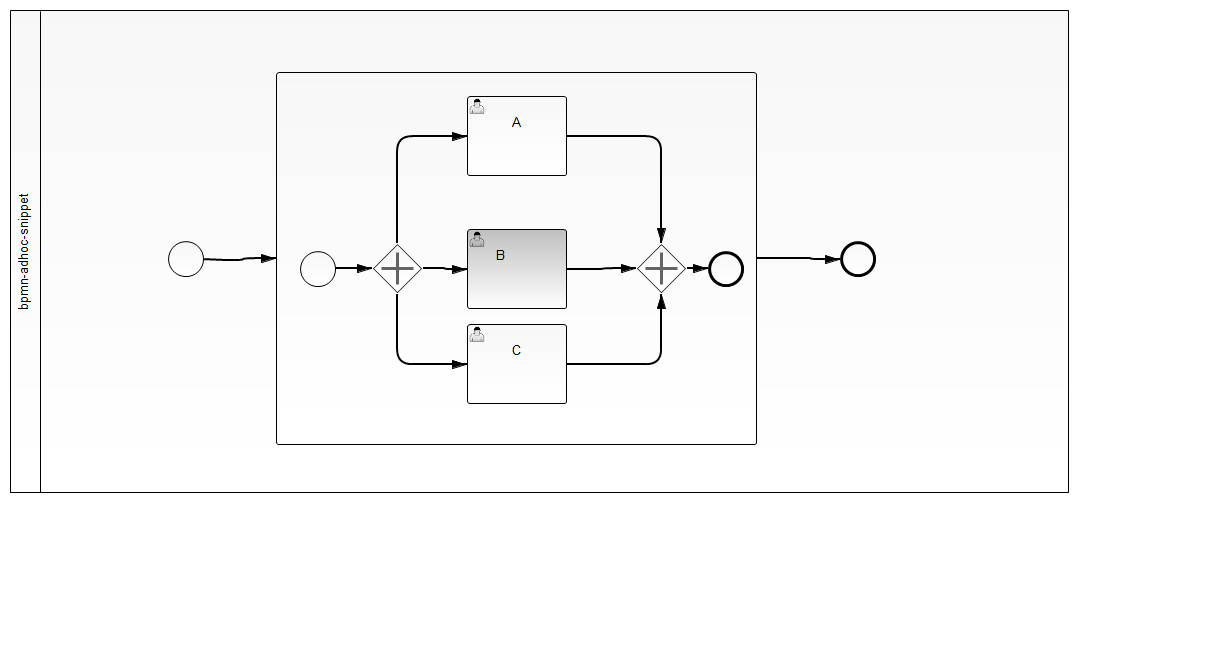
This is snippets/bpmn-adhoc-task/src/main/resources/process.png from camunda-consulting/camunda-7-code-examples, a BPMN export, as it was before one commit. Its source is kept beside it as snippets/bpmn-adhoc-task/src/main/resources/process.bpmn. Ids are renumbered.
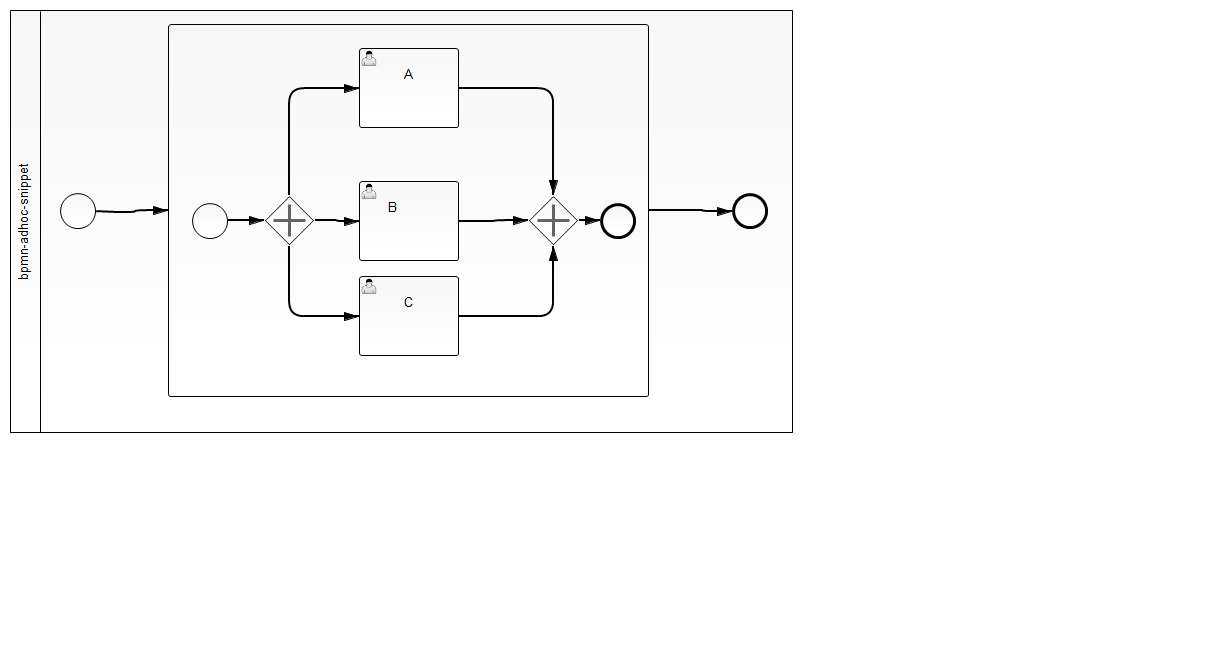
The same diagram one commit later.

Diff of the diagram source:
```diff
@@ -44,8 +44,8 @@
       <bpmn2:sequenceFlow id="SequenceFlow_9" name="" sourceRef="UserTaskC" targetRef="ParallelGateway_2"/>
       <bpmn2:parallelGateway id="ParallelGateway_2">
         <bpmn2:incoming>SequenceFlow_7</bpmn2:incoming>
+        <bpmn2:incoming>SequenceFlow_9</bpmn2:incoming>
         <bpmn2:incoming>SequenceFlow_8</bpmn2:incoming>
-        <bpmn2:incoming>SequenceFlow_9</bpmn2:incoming>
         <bpmn2:outgoing>SequenceFlow_10</bpmn2:outgoing>
       </bpmn2:parallelGateway>
       <bpmn2:sequenceFlow id="SequenceFlow_10" name="" sourceRef="ParallelGateway_2" targetRef="EndEvent_2"/>
@@ -66,136 +66,139 @@
   <bpmndi:BPMNDiagram id="BPMNDiagram_1" name="Default Collaboration Diagram">
     <bpmndi:BPMNPlane id="BPMNPlane_1" bpmnElement="Collaboration_1">
       <bpmndi:BPMNShape id="BPMNShape_1" bpmnElement="Process_Engine" isHorizontal="true">
-        <dc:Bounds height="483.0" width="1059.0" x="10.0" y="10.0"/>
+        <dc:Bounds height="423.0" width="783.0" x="10.0" y="10.0"/>
       </bpmndi:BPMNShape>
       <bpmndi:BPMNShape id="BPMNShape_StartEvent_1" bpmnElement="StartEvent_1">
-        <dc:Bounds height="36.0" width="36.0" x="168.0" y="241.0"/>
+        <dc:Bounds height="36.0" width="36.0" x="60.0" y="193.0"/>
         <bpmndi:BPMNLabel>
-          <dc:Bounds height="0.0" width="0.0" x="189.0" y="279.0"/>
+          <dc:Bounds height="0.0" width="0.0" x="81.0" y="231.0"/>
         </bpmndi:BPMNLabel>
       </bpmndi:BPMNShape>
       <bpmndi:BPMNShape id="BPMNShape_EndEvent_1" bpmnElement="EndEvent_1">
-        <dc:Bounds height="36.0" width="36.0" x="840.0" y="241.0"/>
+        <dc:Bounds height="36.0" width="36.0" x="732.0" y="193.0"/>
         <bpmndi:BPMNLabel>
-          <dc:Bounds height="0.0" width="0.0" x="861.0" y="279.0"/>
+          <dc:Bounds height="0.0" width="0.0" x="753.0" y="231.0"/>
         </bpmndi:BPMNLabel>
       </bpmndi:BPMNShape>
       <bpmndi:BPMNEdge id="BPMNEdge_SequenceFlow_1" bpmnElement="SequenceFlow_1" sourceElement="BPMNShape_StartEvent_1" targetElement="_BPMNShape_SubProcess_2">
-        <di:waypoint xsi:type="dc:Point" x="204.0" y="259.0"/>
-        <di:waypoint xsi:type="dc:Point" x="243.0" y="260.0"/>
-        <di:waypoint xsi:type="dc:Point" x="243.0" y="258.0"/>
-        <di:waypoint xsi:type="dc:Point" x="276.0" y="258.0"/>
+        <di:waypoint xsi:type="dc:Point" x="96.0" y="211.0"/>
+        <di:waypoint xsi:type="dc:Point" x="135.0" y="212.0"/>
+        <di:waypoint xsi:type="dc:Point" x="135.0" y="210.0"/>
+        <di:waypoint xsi:type="dc:Point" x="168.0" y="210.0"/>
         <bpmndi:BPMNLabel>
-          <dc:Bounds height="0.0" width="0.0" x="229.0" y="260.0"/>
+          <dc:Bounds height="0.0" width="0.0" x="121.0" y="212.0"/>
         </bpmndi:BPMNLabel>
       </bpmndi:BPMNEdge>
       <bpmndi:BPMNShape id="_BPMNShape_UserTask_2" bpmnElement="UserTaskA">
-        <dc:Bounds height="80.0" width="100.0" x="467.0" y="96.0"/>
+        <dc:Bounds height="80.0" width="100.0" x="359.0" y="48.0"/>
       </bpmndi:BPMNShape>
       <bpmndi:BPMNShape id="_BPMNShape_UserTask_3" bpmnElement="UserTaskC">
-        <dc:Bounds height="80.0" width="100.0" x="467.0" y="324.0"/>
+        <dc:Bounds height="80.0" width="100.0" x="359.0" y="276.0"/>
       </bpmndi:BPMNShape>
       <bpmndi:BPMNShape id="_BPMNShape_UserTask_4" bpmnElement="UserTaskB">
-        <dc:Bounds height="80.0" width="100.0" x="467.0" y="229.0"/>
+        <dc:Bounds height="80.0" width="100.0" x="359.0" y="181.0"/>
       </bpmndi:BPMNShape>
       <bpmndi:BPMNShape id="_BPMNShape_SubProcess_2" bpmnElement="SubProcess_1" isExpanded="true">
-        <dc:Bounds height="373.0" width="481.0" x="276.0" y="72.0"/>
+        <dc:Bounds height="373.0" width="481.0" x="168.0" y="24.0"/>
       </bpmndi:BPMNShape>
       <bpmndi:BPMNEdge id="BPMNEdge_SequenceFlow_3" bpmnElement="SequenceFlow_3" sourceElement="_BPMNShape_SubProcess_2" targetElement="BPMNShape_EndEvent_1">
-        <di:waypoint xsi:type="dc:Point" x="756.0" y="258.0"/>
-        <di:waypoint xsi:type="dc:Point" x="810.0" y="258.0"/>
-        <di:waypoint xsi:type="dc:Point" x="810.0" y="259.0"/>
-        <di:waypoint xsi:type="dc:Point" x="840.0" y="259.0"/>
+        <di:waypoint xsi:type="dc:Point" x="648.0" y="210.0"/>
+        <di:waypoint xsi:type="dc:Point" x="702.0" y="210.0"/>
+        <di:waypoint xsi:type="dc:Point" x="702.0" y="211.0"/>
+        <di:waypoint xsi:type="dc:Point" x="732.0" y="211.0"/>
         <bpmndi:BPMNLabel>
-          <dc:Bounds height="6.0" width="6.0" x="774.0" y="258.0"/>
+          <dc:Bounds height="6.0" width="6.0" x="666.0" y="179.0"/>
         </bpmndi:BPMNLabel>
       </bpmndi:BPMNEdge>
       <bpmndi:BPMNShape id="_BPMNShape_StartEvent_2" bpmnElement="StartEvent_2">
-        <dc:Bounds height="36.0" width="36.0" x="300.0" y="251.0"/>
+        <dc:Bounds height="36.0" width="36.0" x="192.0" y="203.0"/>
         <bpmndi:BPMNLabel>
-          <dc:Bounds height="0.0" width="0.0" x="318.0" y="292.0"/>
+          <dc:Bounds height="0.0" width="0.0" x="210.0" y="244.0"/>
         </bpmndi:BPMNLabel>
       </bpmndi:BPMNShape>
       <bpmndi:BPMNShape id="_BPMNShape_ParallelGateway_2" bpmnElement="ParallelGateway_1">
-        <dc:Bounds height="50.0" width="50.0" x="372.0" y="243.0"/>
+        <dc:Bounds height="50.0" width="50.0" x="264.0" y="195.0"/>
         <bpmndi:BPMNLabel>
-          <dc:Bounds height="0.0" width="0.0" x="397.0" y="298.0"/>
+          <dc:Bounds height="0.0" width="0.0" x="289.0" y="250.0"/>
         </bpmndi:BPMNLabel>
       </bpmndi:BPMNShape>
       <bpmndi:BPMNEdge id="BPMNEdge_SequenceFlow_2" bpmnElement="SequenceFlow_2" sourceElement="_BPMNShape_StartEvent_2" targetElement="_BPMNShape_ParallelGateway_2">
-        <di:waypoint xsi:type="dc:Point" x="336.0" y="269.0"/>
-        <di:waypoint xsi:type="dc:Point" x="372.0" y="268.0"/>
+        <di:waypoint xsi:type="dc:Point" x="228.0" y="221.0"/>
+        <di:waypoint xsi:type="dc:Point" x="264.0" y="220.0"/>
         <bpmndi:BPMNLabel>
-          <dc:Bounds height="6.0" width="6.0" x="362.0" y="268.0"/>
+          <dc:Bounds height="6.0" width="6.0" x="254.0" y="220.0"/>
         </bpmndi:BPMNLabel>
       </bpmndi:BPMNEdge>
       <bpmndi:BPMNEdge id="BPMNEdge_SequenceFlow_4" bpmnElement="SequenceFlow_4" sourceElement="_BPMNShape_ParallelGateway_2" targetElement="_BPMNShape_UserTask_3">
-        <di:waypoint xsi:type="dc:Point" x="397.0" y="293.0"/>
-        <di:waypoint xsi:type="dc:Point" x="397.0" y="364.0"/>
-        <di:waypoint xsi:type="dc:Point" x="444.0" y="364.0"/>
-        <di:waypoint xsi:type="dc:Point" x="467.0" y="364.0"/>
+        <di:waypoint xsi:type="dc:Point" x="289.0" y="245.0"/>
+        <di:waypoint xsi:type="dc:Point" x="289.0" y="316.0"/>
+        <di:waypoint xsi:type="dc:Point" x="336.0" y="316.0"/>
+        <di:waypoint xsi:type="dc:Point" x="359.0" y="316.0"/>
         <bpmndi:BPMNLabel>
-          <dc:Bounds height="6.0" width="6.0" x="394.0" y="346.0"/>
+          <dc:Bounds height="6.0" width="6.0" x="286.0" y="298.0"/>
         </bpmndi:BPMNLabel>
       </bpmndi:BPMNEdge>
       <bpmndi:BPMNEdge id="BPMNEdge_SequenceFlow_5" bpmnElement="SequenceFlow_5" sourceElement="_BPMNShape_ParallelGateway_2" targetElement="_BPMNShape_UserTask_4">
-        <di:waypoint xsi:type="dc:Point" x="422.0" y="268.0"/>
-        <di:waypoint xsi:type="dc:Point" x="444.0" y="268.0"/>
-        <di:waypoint xsi:type="dc:Point" x="444.0" y="269.0"/>
-        <di:waypoint xsi:type="dc:Point" x="467.0" y="269.0"/>
+        <di:waypoint xsi:type="dc:Point" x="314.0" y="220.0"/>
+        <di:waypoint xsi:type="dc:Point" x="336.0" y="220.0"/>
+        <di:waypoint xsi:type="dc:Point" x="336.0" y="221.0"/>
+        <di:waypoint xsi:type="dc:Point" x="359.0" y="221.0"/>
         <bpmndi:BPMNLabel>
-          <dc:Bounds height="6.0" width="6.0" x="458.0" y="269.0"/>
+          <dc:Bounds height="6.0" width="6.0" x="350.0" y="221.0"/>
         </bpmndi:BPMNLabel>
       </bpmndi:BPMNEdge>
       <bpmndi:BPMNEdge id="BPMNEdge_SequenceFlow_6" bpmnElement="SequenceFlow_6" sourceElement="_BPMNShape_ParallelGateway_2" targetElement="_BPMNShape_UserTask_2">
-        <di:waypoint xsi:type="dc:Point" x="397.0" y="243.0"/>
-        <di:waypoint xsi:type="dc:Point" x="397.0" y="136.0"/>
-        <di:waypoint xsi:type="dc:Point" x="467.0" y="136.0"/>
+        <di:waypoint xsi:type="dc:Point" x="289.0" y="195.0"/>
+        <di:waypoint xsi:type="dc:Point" x="289.0" y="88.0"/>
+        <di:waypoint xsi:type="dc:Point" x="359.0" y="88.0"/>
+        <bpmndi:BPMNLabel>
+          <dc:Bounds height="6.0" width="6.0" x="286.0" y="107.0"/>
+        </bpmndi:BPMNLabel>
       </bpmndi:BPMNEdge>
       <bpmndi:BPMNShape id="_BPMNShape_ParallelGateway_3" bpmnElement="ParallelGateway_2">
-        <dc:Bounds height="50.0" width="50.0" x="636.0" y="243.0"/>
+        <dc:Bounds height="50.0" width="50.0" x="528.0" y="195.0"/>
         <bpmndi:BPMNLabel>
-          <dc:Bounds height="0.0" width="0.0" x="661.0" y="298.0"/>
+          <dc:Bounds height="0.0" width="0.0" x="553.0" y="250.0"/>
         </bpmndi:BPMNLabel>
       </bpmndi:BPMNShape>
       <bpmndi:BPMNEdge id="BPMNEdge_SequenceFlow_7" bpmnElement="SequenceFlow_7" sourceElement="_BPMNShape_UserTask_2" targetElement="_BPMNShape_ParallelGateway_3">
-        <di:waypoint xsi:type="dc:Point" x="567.0" y="136.0"/>
-        <di:waypoint xsi:type="dc:Point" x="601.0" y="136.0"/>
-        <di:waypoint xsi:type="dc:Point" x="661.0" y="136.0"/>
-        <di:waypoint xsi:type="dc:Point" x="661.0" y="243.0"/>
+        <di:waypoint xsi:type="dc:Point" x="459.0" y="88.0"/>
+        <di:waypoint xsi:type="dc:Point" x="493.0" y="88.0"/>
+        <di:waypoint xsi:type="dc:Point" x="553.0" y="88.0"/>
+        <di:waypoint xsi:type="dc:Point" x="553.0" y="195.0"/>
         <bpmndi:BPMNLabel>
-          <dc:Bounds height="6.0" width="6.0" x="589.0" y="136.0"/>
+          <dc:Bounds height="6.0" width="6.0" x="481.0" y="88.0"/>
         </bpmndi:BPMNLabel>
       </bpmndi:BPMNEdge>
       <bpmndi:BPMNEdge id="BPMNEdge_SequenceFlow_8" bpmnElement="SequenceFlow_8" sourceElement="_BPMNShape_UserTask_4" targetElement="_BPMNShape_ParallelGateway_3">
-        <di:waypoint xsi:type="dc:Point" x="567.0" y="269.0"/>
-        <di:waypoint xsi:type="dc:Point" x="601.0" y="269.0"/>
-        <di:waypoint xsi:type="dc:Point" x="601.0" y="268.0"/>
-        <di:waypoint xsi:type="dc:Point" x="636.0" y="268.0"/>
+        <di:waypoint xsi:type="dc:Point" x="459.0" y="221.0"/>
+        <di:waypoint xsi:type="dc:Point" x="493.0" y="221.0"/>
+        <di:waypoint xsi:type="dc:Point" x="493.0" y="220.0"/>
+        <di:waypoint xsi:type="dc:Point" x="528.0" y="220.0"/>
         <bpmndi:BPMNLabel>
-          <dc:Bounds height="6.0" width="6.0" x="598.0" y="268.0"/>
+          <dc:Bounds height="6.0" width="6.0" x="382.0" y="172.0"/>
         </bpmndi:BPMNLabel>
       </bpmndi:BPMNEdge>
       <bpmndi:BPMNEdge id="BPMNEdge_SequenceFlow_9" bpmnElement="SequenceFlow_9" sourceElement="_BPMNShape_UserTask_3" targetElement="_BPMNShape_ParallelGateway_3">
-        <di:waypoint xsi:type="dc:Point" x="567.0" y="364.0"/>
-        <di:waypoint xsi:type="dc:Point" x="601.0" y="364.0"/>
-        <di:waypoint xsi:type="dc:Point" x="661.0" y="364.0"/>
-        <di:waypoint xsi:type="dc:Point" x="661.0" y="293.0"/>
+        <di:waypoint xsi:type="dc:Point" x="459.0" y="316.0"/>
+        <di:waypoint xsi:type="dc:Point" x="493.0" y="316.0"/>
+        <di:waypoint xsi:type="dc:Point" x="553.0" y="316.0"/>
+        <di:waypoint xsi:type="dc:Point" x="553.0" y="245.0"/>
         <bpmndi:BPMNLabel>
-          <dc:Bounds height="6.0" width="6.0" x="646.0" y="364.0"/>
+          <dc:Bounds height="6.0" width="6.0" x="538.0" y="316.0"/>
         </bpmndi:BPMNLabel>
       </bpmndi:BPMNEdge>
       <bpmndi:BPMNShape id="_BPMNShape_EndEvent_2" bpmnElement="EndEvent_2">
-        <dc:Bounds height="36.0" width="36.0" x="708.0" y="251.0"/>
+        <dc:Bounds height="36.0" width="36.0" x="600.0" y="203.0"/>
         <bpmndi:BPMNLabel>
-          <dc:Bounds height="0.0" width="0.0" x="726.0" y="292.0"/>
+          <dc:Bounds height="0.0" width="0.0" x="618.0" y="244.0"/>
         </bpmndi:BPMNLabel>
       </bpmndi:BPMNShape>
       <bpmndi:BPMNEdge id="BPMNEdge_SequenceFlow_10" bpmnElement="SequenceFlow_10" sourceElement="_BPMNShape_ParallelGateway_3" targetElement="_BPMNShape_EndEvent_2">
-        <di:waypoint xsi:type="dc:Point" x="686.0" y="268.0"/>
-        <di:waypoint xsi:type="dc:Point" x="708.0" y="269.0"/>
+        <di:waypoint xsi:type="dc:Point" x="578.0" y="220.0"/>
+        <di:waypoint xsi:type="dc:Point" x="600.0" y="221.0"/>
         <bpmndi:BPMNLabel>
-          <dc:Bounds height="6.0" width="6.0" x="696.0" y="269.0"/>
+          <dc:Bounds height="6.0" width="6.0" x="480.0" y="173.0"/>
         </bpmndi:BPMNLabel>
       </bpmndi:BPMNEdge>
     </bpmndi:BPMNPlane>
```
